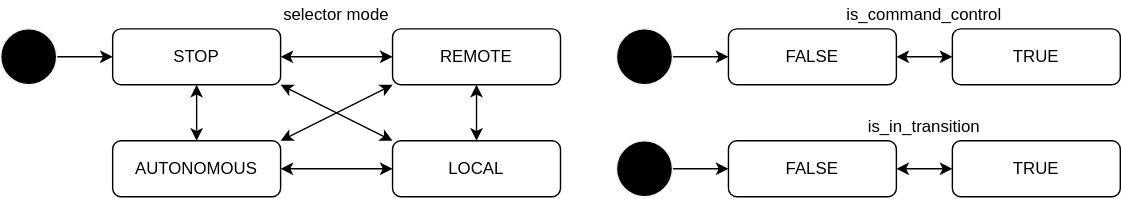
Before: pr-7/design/autoware-interfaces/ad-api/list/api/operation/mode/mode.drawio.svg, a diagram exported from draw.io (tier4/autoware-documentation). Source tidied: cells renumbered, new cells last; positions are measured from the earlier drawing's top-left corner, leaving out a move shared by most shapes.
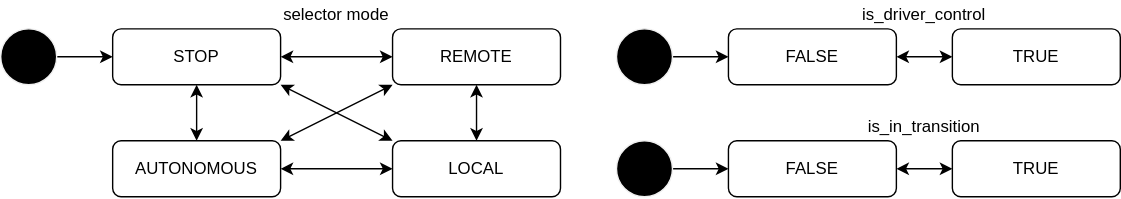
Later version of the same file.

What changed in the source:
```diff
@@ -73,7 +73,7 @@
     <mxCell id="24" value="&lt;span&gt;selector mode&lt;/span&gt;" style="text;html=1;strokeColor=none;fillColor=none;align=center;verticalAlign=middle;whiteSpace=wrap;rounded=0;" parent="1" vertex="1">
       <mxGeometry x="190" width="100" height="20" as="geometry" />
     </mxCell>
-    <mxCell id="25" value="&lt;span&gt;is_command_control&lt;/span&gt;" style="text;html=1;strokeColor=none;fillColor=none;align=center;verticalAlign=middle;whiteSpace=wrap;rounded=0;" parent="1" vertex="1">
+    <mxCell id="25" value="is_driver_control" style="text;html=1;strokeColor=none;fillColor=none;align=center;verticalAlign=middle;whiteSpace=wrap;rounded=0;" parent="1" vertex="1">
       <mxGeometry x="610" width="100" height="20" as="geometry" />
     </mxCell>
     <mxCell id="26" value="&lt;span&gt;is_in_transition&lt;/span&gt;" style="text;html=1;strokeColor=none;fillColor=none;align=center;verticalAlign=middle;whiteSpace=wrap;rounded=0;" parent="1" vertex="1">
```
